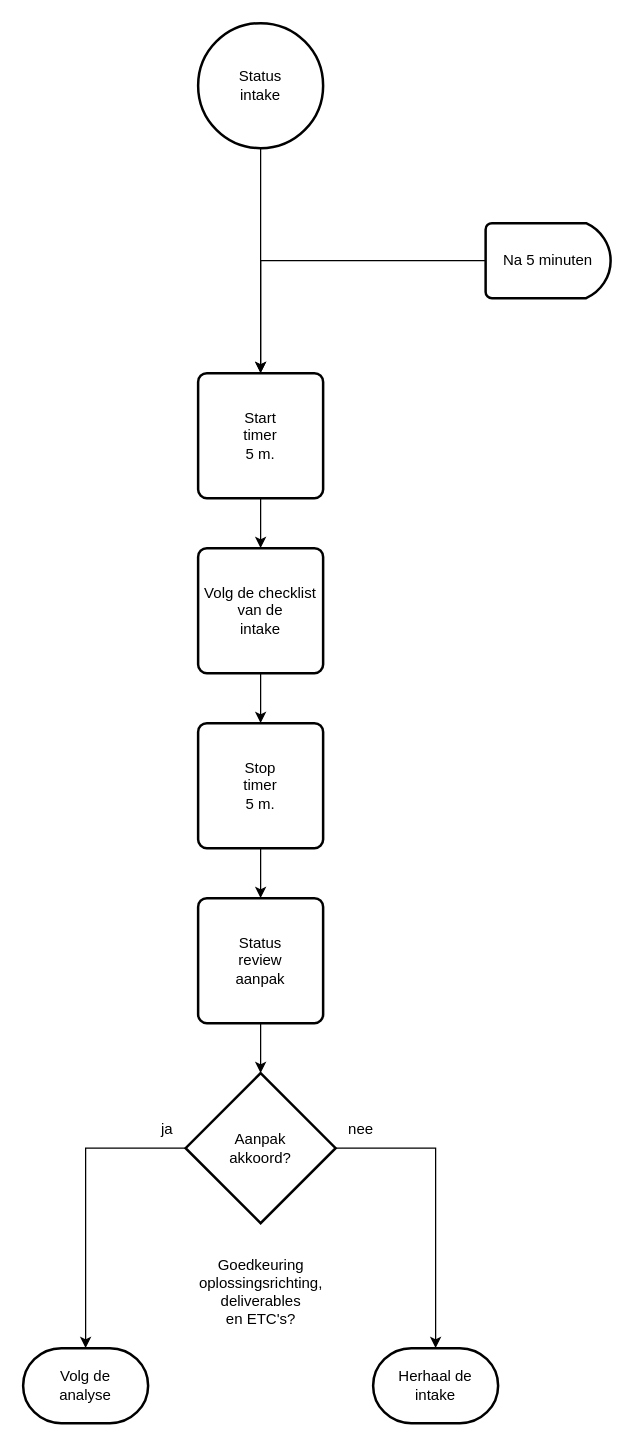
Zaibatsu89/IssueTracker keeps this draw.io diagram as 1 Issue Tracker intake.drawio. Above is the earlier version. Source tidied: cells renumbered, new cells numbered last; positions are measured from the earlier drawing's top-left corner, leaving out a move shared by most shapes. Both pictures are drawn from the tidied source at 125%, with x=0, y=0 at pixel (22, 22).
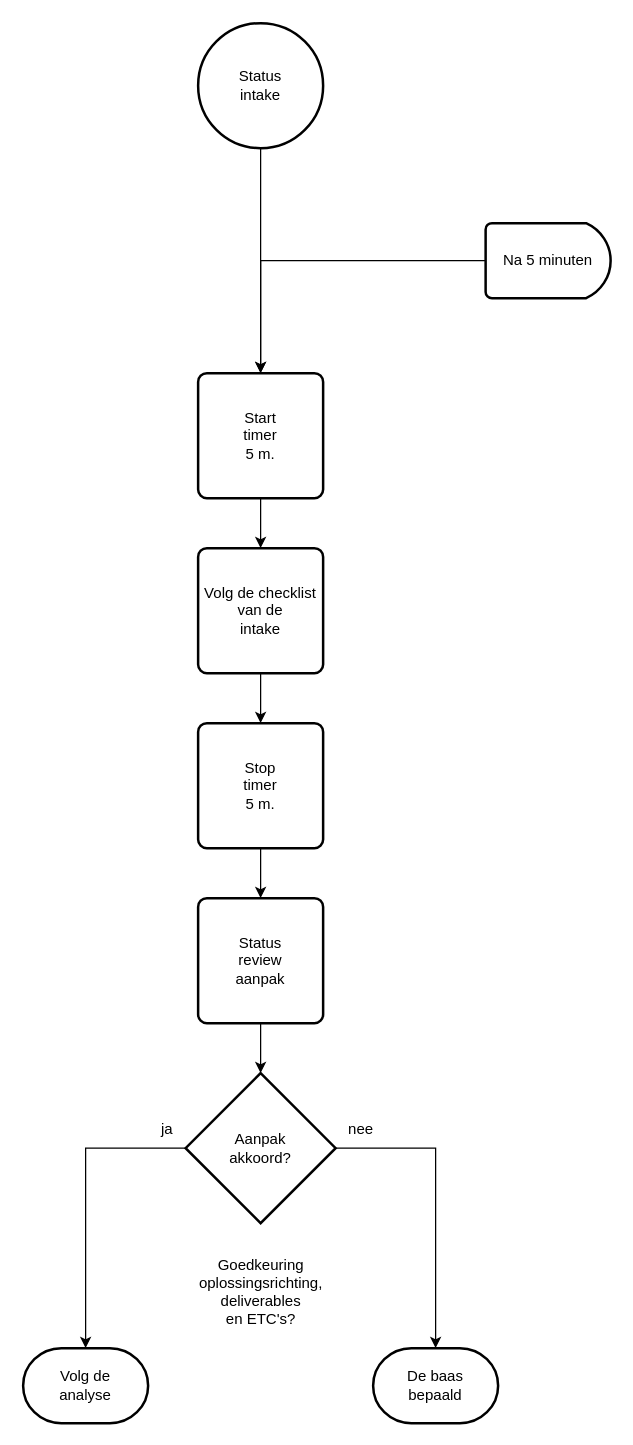
After the change.

Commit message (it also covers changes not shown here):
flowcharts: alle negatieve eindoordelen resulteren in 'de baas bepaald'

Diff of the diagram source:
```diff
@@
-    <mxCell id="17" value="Herhaal de&lt;br&gt;intake" style="strokeWidth=2;html=1;shape=mxgraph.flowchart.terminator;whiteSpace=wrap;" parent="1" vertex="1">
+    <mxCell id="17" value="De baas&lt;br&gt;bepaald" style="strokeWidth=2;html=1;shape=mxgraph.flowchart.terminator;whiteSpace=wrap;" parent="1" vertex="1">
       <mxGeometry x="280" y="1060" width="100" height="60" as="geometry" />
     </mxCell>
```
